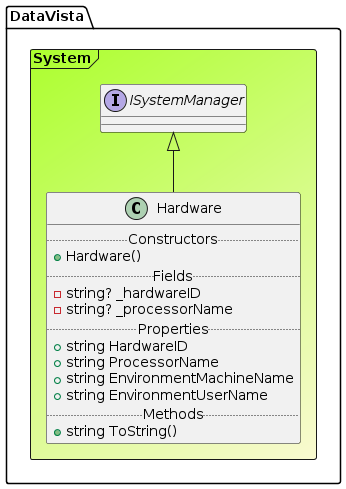
Before: Resources/Documents/Class Diagrams/Hardware.png, a diagram exported from PlantUML (grimy86/DataVista). Its diagram source:
```plantuml
@startuml

Frame DataVista.System #GreenYellow/LightGoldenRodYellow{
interface "ISystemManager" as ISystemManager
class Hardware extends ISystemManager{
.. Constructors ..
+Hardware()
.. Fields ..
-string? _hardwareID
-string? _processorName
.. Properties ..
+ string HardwareID
+ string ProcessorName
+ string EnvironmentMachineName
+ string EnvironmentUserName
.. Methods ..
+string ToString()
}
}
@enduml
```
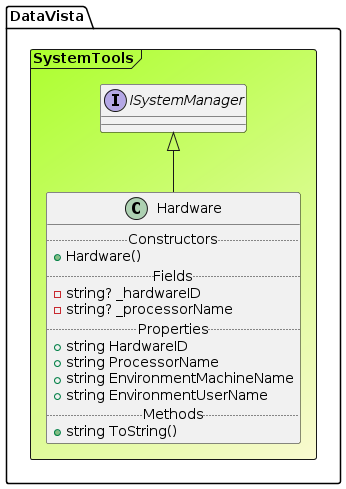
After the commit.

Change to the diagram source:
```diff
@@ -1,6 +1,6 @@
 @startuml
 
-Frame DataVista.System #GreenYellow/LightGoldenRodYellow{
+Frame DataVista.SystemTools #GreenYellow/LightGoldenRodYellow{
 interface "ISystemManager" as ISystemManager
 class Hardware extends ISystemManager{
 .. Constructors ..
```
